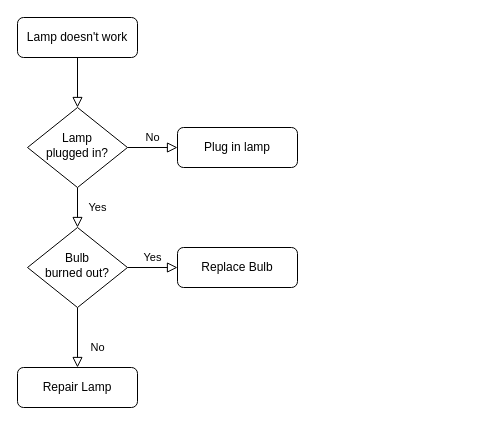
Above: ODDEVEN.drawio in ATHARVA320-EDITOR/ACP-BDAYS (draw.io), before the change. Source tidied: cells renumbered, new cells numbered last; positions are measured from the earlier drawing's top-left corner, leaving out a move shared by most shapes. Both pictures are drawn from the tidied source at 100%, with x=0, y=0 at pixel (17, 17).
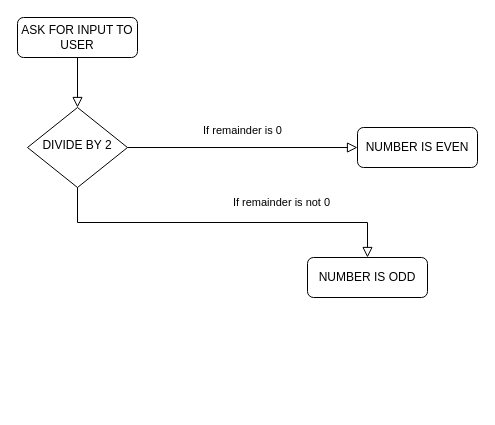
The same page after the edit.

What changed in the source:
```diff
@@
 <mxGraphModel>
   <root>
     <mxCell id="0" />
     <mxCell id="1" parent="0" />
     <mxCell id="2" style="rounded=0;html=1;jettySize=auto;fontSize=11;endArrow=block;endFill=0;endSize=8;strokeWidth=1;shadow=0;labelBackgroundColor=none;edgeStyle=orthogonalEdgeStyle;" parent="1" edge="1" source="3" target="6">
       <mxGeometry relative="1" as="geometry" />
     </mxCell>
-    <mxCell id="3" value="Lamp doesn't work" style="rounded=1;whiteSpace=wrap;html=1;fontSize=12;glass=0;strokeWidth=1;shadow=0;" parent="1" vertex="1">
+    <mxCell id="3" value="ASK FOR INPUT TO USER" style="rounded=1;whiteSpace=wrap;html=1;fontSize=12;glass=0;strokeWidth=1;shadow=0;" parent="1" vertex="1">
       <mxGeometry width="120" height="40" as="geometry" />
     </mxCell>
-    <mxCell id="4" value="Yes" style="rounded=0;html=1;jettySize=auto;fontSize=11;endArrow=block;endFill=0;endSize=8;strokeWidth=1;shadow=0;labelBackgroundColor=none;edgeStyle=orthogonalEdgeStyle;" parent="1" edge="1" source="6" target="10">
-      <mxGeometry y="20" relative="1" as="geometry" />
-    </mxCell>
-    <mxCell id="5" value="No" style="edgeStyle=orthogonalEdgeStyle;rounded=0;html=1;jettySize=auto;fontSize=11;endArrow=block;endFill=0;endSize=8;strokeWidth=1;shadow=0;labelBackgroundColor=none;" parent="1" edge="1" source="6" target="7">
+    <mxCell id="5" value="If remainder is 0&lt;div&gt;&lt;br&gt;&lt;/div&gt;" style="edgeStyle=orthogonalEdgeStyle;rounded=0;html=1;jettySize=auto;fontSize=11;endArrow=block;endFill=0;endSize=8;strokeWidth=1;shadow=0;labelBackgroundColor=none;" parent="1" edge="1" source="6" target="7">
       <mxGeometry y="10" relative="1" as="geometry" />
     </mxCell>
-    <mxCell id="6" value="Lamp&lt;br&gt;plugged in?" style="rhombus;whiteSpace=wrap;html=1;shadow=0;fontFamily=Helvetica;fontSize=12;align=center;strokeWidth=1;spacing=6;spacingTop=-4;" parent="1" vertex="1">
+    <mxCell id="6" value="DIVIDE BY 2" style="rhombus;whiteSpace=wrap;html=1;shadow=0;fontFamily=Helvetica;fontSize=12;align=center;strokeWidth=1;spacing=6;spacingTop=-4;" parent="1" vertex="1">
       <mxGeometry x="10" y="90" width="100" height="80" as="geometry" />
     </mxCell>
-    <mxCell id="7" value="Plug in lamp" style="rounded=1;whiteSpace=wrap;html=1;fontSize=12;glass=0;strokeWidth=1;shadow=0;" parent="1" vertex="1">
-      <mxGeometry x="160" y="110" width="120" height="40" as="geometry" />
+    <mxCell id="7" value="NUMBER IS EVEN" style="rounded=1;whiteSpace=wrap;html=1;fontSize=12;glass=0;strokeWidth=1;shadow=0;" parent="1" vertex="1">
+      <mxGeometry x="340" y="110" width="120" height="40" as="geometry" />
     </mxCell>
-    <mxCell id="8" value="No" style="rounded=0;html=1;jettySize=auto;fontSize=11;endArrow=block;endFill=0;endSize=8;strokeWidth=1;shadow=0;labelBackgroundColor=none;edgeStyle=orthogonalEdgeStyle;" parent="1" edge="1" source="10" target="11">
+    <mxCell id="8" value="If remainder is not 0" style="rounded=0;html=1;jettySize=auto;fontSize=11;endArrow=block;endFill=0;endSize=8;strokeWidth=1;shadow=0;labelBackgroundColor=none;edgeStyle=orthogonalEdgeStyle;exitX=0.5;exitY=1;exitDx=0;exitDy=0;entryX=0.5;entryY=0;entryDx=0;entryDy=0;" parent="1" edge="1" source="6" target="11">
       <mxGeometry x="0.33" y="20" relative="1" as="geometry" />
     </mxCell>
-    <mxCell id="9" value="Yes" style="edgeStyle=orthogonalEdgeStyle;rounded=0;html=1;jettySize=auto;fontSize=11;endArrow=block;endFill=0;endSize=8;strokeWidth=1;shadow=0;labelBackgroundColor=none;" parent="1" edge="1" source="10" target="12">
-      <mxGeometry y="10" relative="1" as="geometry" />
-    </mxCell>
-    <mxCell id="10" value="Bulb&lt;br&gt;burned out?" style="rhombus;whiteSpace=wrap;html=1;shadow=0;fontFamily=Helvetica;fontSize=12;align=center;strokeWidth=1;spacing=6;spacingTop=-4;" parent="1" vertex="1">
-      <mxGeometry x="10" y="210" width="100" height="80" as="geometry" />
-    </mxCell>
-    <mxCell id="11" value="Repair Lamp" style="rounded=1;whiteSpace=wrap;html=1;fontSize=12;glass=0;strokeWidth=1;shadow=0;" parent="1" vertex="1">
-      <mxGeometry y="350" width="120" height="40" as="geometry" />
+    <mxCell id="11" value="NUMBER IS ODD" style="rounded=1;whiteSpace=wrap;html=1;fontSize=12;glass=0;strokeWidth=1;shadow=0;" parent="1" vertex="1">
+      <mxGeometry x="290" y="240" width="120" height="40" as="geometry" />
     </mxCell>
-    <mxCell id="12" value="Replace Bulb" style="rounded=1;whiteSpace=wrap;html=1;fontSize=12;glass=0;strokeWidth=1;shadow=0;" parent="1" vertex="1">
-      <mxGeometry x="160" y="230" width="120" height="40" as="geometry" />
-    </mxCell>
   </root>
 </mxGraphModel>
```
